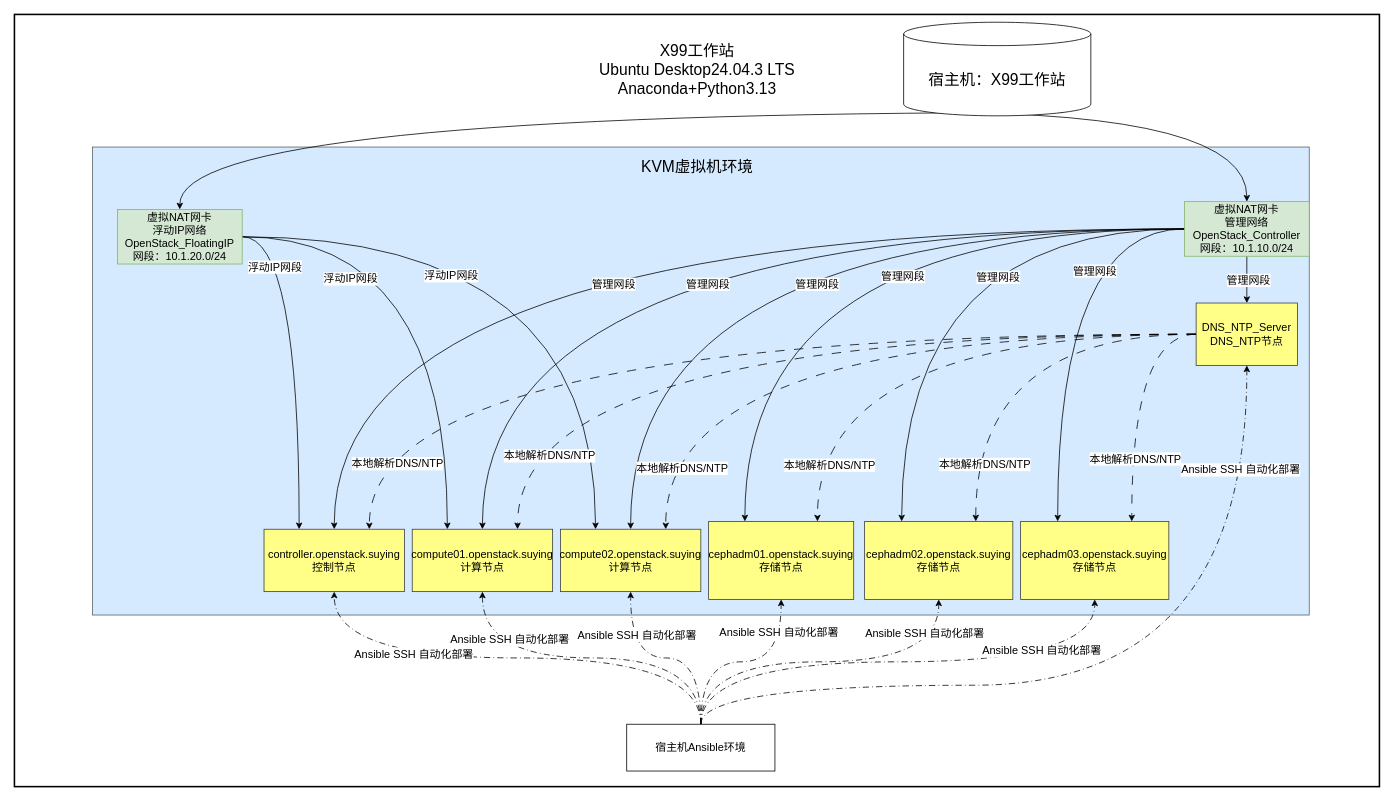
lrAltas/DrwaIO keeps this draw.io diagram as 测试环境部署模型.drawio. Above is the earlier version. Source tidied: cells renumbered, new cells numbered last; positions are measured from the earlier drawing's top-left corner, leaving out a move shared by most shapes. Both pictures are drawn from the tidied source at 78%, with x=0, y=0 at pixel (14, 14).
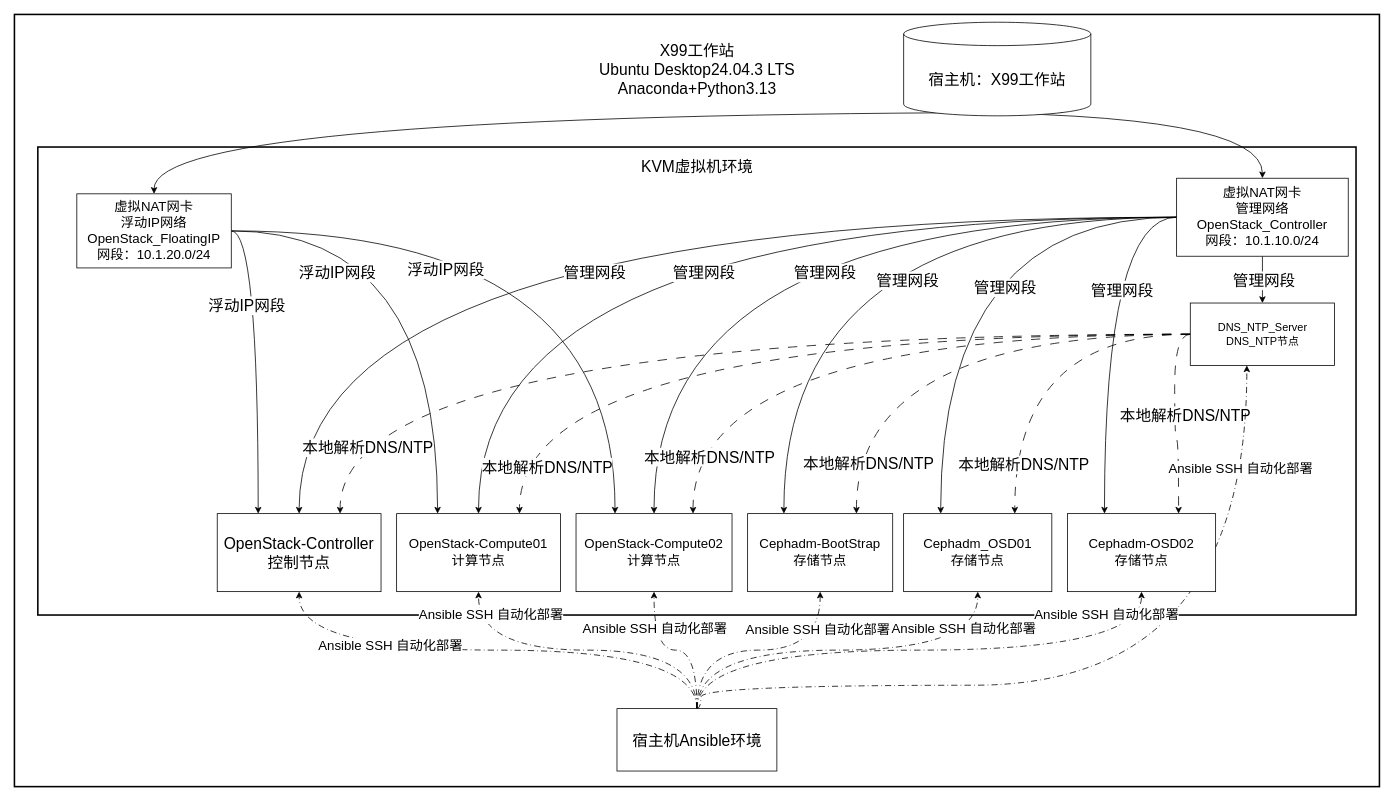
Above is the later version.

Commit message (it also covers changes not shown here):
更新测试环境部署模型.drawio

Unchanged cells that the change refers to:
```xml
<mxCell id="7" style="edgeStyle=orthogonalEdgeStyle;rounded=0;jettySize=auto;html=1;entryX=0.5;entryY=0;entryDx=0;entryDy=0;fontSize=14;" parent="1" edge="1" source="21" target="41">
  <mxGeometry relative="1" as="geometry" />
</mxCell>
<mxCell id="9" style="edgeStyle=orthogonalEdgeStyle;rounded=0;jettySize=auto;html=1;exitX=0;exitY=0.5;exitDx=0;exitDy=0;entryX=0.5;entryY=0;entryDx=0;entryDy=0;curved=1;fontSize=14;" parent="1" edge="1" source="21" target="42">
  <mxGeometry relative="1" as="geometry" />
</mxCell>
<mxCell id="11" style="edgeStyle=orthogonalEdgeStyle;rounded=0;jettySize=auto;html=1;exitX=0;exitY=0.5;exitDx=0;exitDy=0;curved=1;fontSize=14;" parent="1" edge="1" source="21" target="43">
  <mxGeometry relative="1" as="geometry" />
</mxCell>
<mxCell id="13" style="edgeStyle=orthogonalEdgeStyle;rounded=0;jettySize=auto;html=1;exitX=0;exitY=0.5;exitDx=0;exitDy=0;entryX=0.5;entryY=0;entryDx=0;entryDy=0;curved=1;fontSize=14;" parent="1" edge="1" source="21" target="44">
  <mxGeometry relative="1" as="geometry" />
</mxCell>
<mxCell id="15" style="edgeStyle=orthogonalEdgeStyle;rounded=0;jettySize=auto;html=1;exitX=0;exitY=0.5;exitDx=0;exitDy=0;entryX=0.25;entryY=0;entryDx=0;entryDy=0;curved=1;fontSize=14;" parent="1" edge="1" source="21" target="45">
  <mxGeometry relative="1" as="geometry" />
</mxCell>
<mxCell id="17" style="edgeStyle=orthogonalEdgeStyle;rounded=0;jettySize=auto;html=1;exitX=0;exitY=0.5;exitDx=0;exitDy=0;entryX=0.25;entryY=0;entryDx=0;entryDy=0;curved=1;fontSize=14;" parent="1" edge="1" source="21" target="46">
  <mxGeometry relative="1" as="geometry" />
</mxCell>
<mxCell id="19" style="edgeStyle=orthogonalEdgeStyle;rounded=0;jettySize=auto;html=1;exitX=0;exitY=0.5;exitDx=0;exitDy=0;entryX=0.25;entryY=0;entryDx=0;entryDy=0;curved=1;fontSize=14;" parent="1" edge="1" source="21" target="47">
  <mxGeometry relative="1" as="geometry" />
</mxCell>
<mxCell id="22" style="edgeStyle=orthogonalEdgeStyle;rounded=0;jettySize=auto;html=1;exitX=1;exitY=0.5;exitDx=0;exitDy=0;entryX=0.25;entryY=0;entryDx=0;entryDy=0;curved=1;fontSize=14;" parent="1" edge="1" source="28" target="42">
  <mxGeometry relative="1" as="geometry" />
</mxCell>
<mxCell id="24" style="edgeStyle=orthogonalEdgeStyle;rounded=0;jettySize=auto;html=1;exitX=1;exitY=0.5;exitDx=0;exitDy=0;entryX=0.25;entryY=0;entryDx=0;entryDy=0;curved=1;fontSize=14;" parent="1" edge="1" source="28" target="43">
  <mxGeometry relative="1" as="geometry" />
</mxCell>
<mxCell id="26" style="edgeStyle=orthogonalEdgeStyle;rounded=0;jettySize=auto;html=1;exitX=1;exitY=0.5;exitDx=0;exitDy=0;entryX=0.25;entryY=0;entryDx=0;entryDy=0;curved=1;fontSize=14;" parent="1" edge="1" source="28" target="44">
  <mxGeometry relative="1" as="geometry" />
</mxCell>
<mxCell id="29" style="edgeStyle=orthogonalEdgeStyle;rounded=0;jettySize=auto;html=1;exitX=0;exitY=0.5;exitDx=0;exitDy=0;entryX=0.75;entryY=0;entryDx=0;entryDy=0;curved=1;dashed=1;dashPattern=12 12;fontSize=14;" parent="1" edge="1" source="41" target="42">
  <mxGeometry relative="1" as="geometry" />
</mxCell>
<mxCell id="31" style="edgeStyle=orthogonalEdgeStyle;rounded=0;jettySize=auto;html=1;exitX=0;exitY=0.5;exitDx=0;exitDy=0;entryX=0.75;entryY=0;entryDx=0;entryDy=0;curved=1;dashed=1;dashPattern=12 12;fontSize=14;" parent="1" edge="1" source="41" target="43">
  <mxGeometry relative="1" as="geometry" />
</mxCell>
<mxCell id="33" style="edgeStyle=orthogonalEdgeStyle;rounded=0;jettySize=auto;html=1;exitX=0;exitY=0.5;exitDx=0;exitDy=0;entryX=0.75;entryY=0;entryDx=0;entryDy=0;curved=1;dashed=1;dashPattern=12 12;fontSize=14;" parent="1" edge="1" source="41" target="44">
  <mxGeometry relative="1" as="geometry" />
</mxCell>
<mxCell id="35" style="edgeStyle=orthogonalEdgeStyle;rounded=0;jettySize=auto;html=1;exitX=0;exitY=0.5;exitDx=0;exitDy=0;entryX=0.75;entryY=0;entryDx=0;entryDy=0;curved=1;dashed=1;dashPattern=12 12;fontSize=14;" parent="1" edge="1" source="41" target="45">
  <mxGeometry relative="1" as="geometry" />
</mxCell>
<mxCell id="37" style="edgeStyle=orthogonalEdgeStyle;rounded=0;jettySize=auto;html=1;exitX=0;exitY=0.5;exitDx=0;exitDy=0;entryX=0.75;entryY=0;entryDx=0;entryDy=0;curved=1;dashed=1;dashPattern=12 12;fontSize=14;" parent="1" edge="1" source="41" target="46">
  <mxGeometry relative="1" as="geometry" />
</mxCell>
<mxCell id="39" style="edgeStyle=orthogonalEdgeStyle;rounded=0;jettySize=auto;html=1;exitX=0;exitY=0.5;exitDx=0;exitDy=0;entryX=0.75;entryY=0;entryDx=0;entryDy=0;curved=1;dashed=1;dashPattern=12 12;fontSize=14;" parent="1" edge="1" source="41" target="47">
  <mxGeometry relative="1" as="geometry" />
</mxCell>
<mxCell id="48" style="edgeStyle=orthogonalEdgeStyle;rounded=0;jettySize=auto;html=1;exitX=0.5;exitY=0;exitDx=0;exitDy=0;dashed=1;dashPattern=8 4 1 4;curved=1;fontSize=14;" parent="1" edge="1" source="62" target="42">
  <mxGeometry relative="1" as="geometry" />
</mxCell>
<mxCell id="50" style="edgeStyle=orthogonalEdgeStyle;rounded=0;jettySize=auto;html=1;exitX=0.5;exitY=0;exitDx=0;exitDy=0;dashed=1;dashPattern=8 4 1 4;curved=1;fontSize=14;" parent="1" edge="1" source="62" target="43">
  <mxGeometry relative="1" as="geometry" />
</mxCell>
<mxCell id="52" style="edgeStyle=orthogonalEdgeStyle;rounded=0;jettySize=auto;html=1;exitX=0.5;exitY=0;exitDx=0;exitDy=0;dashed=1;dashPattern=8 4 1 4;curved=1;fontSize=14;" parent="1" edge="1" source="62" target="44">
  <mxGeometry relative="1" as="geometry" />
</mxCell>
<mxCell id="54" style="edgeStyle=orthogonalEdgeStyle;rounded=0;jettySize=auto;html=1;exitX=0.5;exitY=0;exitDx=0;exitDy=0;entryX=0.5;entryY=1;entryDx=0;entryDy=0;dashed=1;dashPattern=8 4 1 4;curved=1;fontSize=14;" parent="1" edge="1" source="62" target="45">
  <mxGeometry relative="1" as="geometry" />
</mxCell>
<mxCell id="56" style="edgeStyle=orthogonalEdgeStyle;rounded=0;jettySize=auto;html=1;exitX=0.5;exitY=0;exitDx=0;exitDy=0;dashed=1;dashPattern=8 4 1 4;curved=1;fontSize=14;" parent="1" edge="1" source="62" target="46">
  <mxGeometry relative="1" as="geometry" />
</mxCell>
<mxCell id="58" style="edgeStyle=orthogonalEdgeStyle;rounded=0;jettySize=auto;html=1;exitX=0.5;exitY=0;exitDx=0;exitDy=0;entryX=0.5;entryY=1;entryDx=0;entryDy=0;dashed=1;dashPattern=8 4 1 4;curved=1;fontSize=14;" parent="1" edge="1" source="62" target="47">
  <mxGeometry relative="1" as="geometry" />
</mxCell>
```

Diff of the diagram source:
```diff
@@
-    <mxCell id="3" style="rounded=0;whiteSpace=wrap;html=1;fontSize=14;fillColor=#cce5ff;strokeColor=#36393d;opacity=80;" parent="1" vertex="1">
-      <mxGeometry x="100" y="170" width="1560" height="600" as="geometry" />
+    <mxCell id="3" style="rounded=0;whiteSpace=wrap;html=1;fontSize=14;strokeWidth=2;" parent="1" vertex="1">
+      <mxGeometry x="30" y="170" width="1690" height="600" as="geometry" />
     </mxCell>
@@
-    <mxCell id="8" value="&lt;font style=&quot;font-size: 14px;&quot;&gt;管理网段&lt;/font&gt;" style="edgeLabel;html=1;align=center;verticalAlign=middle;" parent="7" vertex="1">
+    <mxCell id="8" value="&lt;font&gt;管理网段&lt;/font&gt;" style="edgeLabel;html=1;align=center;verticalAlign=middle;fontSize=20;" parent="7" vertex="1">
       <mxGeometry x="0.01" y="1" relative="1" as="geometry" />
     </mxCell>
@@
-    <mxCell id="10" value="管理网段" style="edgeLabel;html=1;align=center;verticalAlign=middle;fontSize=14;" parent="9" vertex="1">
+    <mxCell id="10" value="管理网段" style="edgeLabel;html=1;align=center;verticalAlign=middle;fontSize=20;" parent="9" vertex="1">
       <mxGeometry x="-0.04" y="85" relative="1" as="geometry">
         <mxPoint x="-25" y="-15" as="offset" />
       </mxGeometry>
     </mxCell>
@@
-    <mxCell id="12" value="管理网段" style="edgeLabel;html=1;align=center;verticalAlign=middle;fontSize=14;" parent="11" vertex="1">
+    <mxCell id="12" value="管理网段" style="edgeLabel;html=1;align=center;verticalAlign=middle;fontSize=20;" parent="11" vertex="1">
       <mxGeometry x="-0.06" y="99" relative="1" as="geometry">
         <mxPoint x="-8" y="-29" as="offset" />
       </mxGeometry>
     </mxCell>
@@
-    <mxCell id="14" value="管理网段" style="edgeLabel;html=1;align=center;verticalAlign=middle;fontSize=14;" parent="13" vertex="1">
+    <mxCell id="14" value="管理网段" style="edgeLabel;html=1;align=center;verticalAlign=middle;fontSize=20;" parent="13" vertex="1">
       <mxGeometry x="-0.12" y="107" relative="1" as="geometry">
         <mxPoint x="10" y="-37" as="offset" />
       </mxGeometry>
     </mxCell>
@@
-    <mxCell id="16" value="管理网段" style="edgeLabel;html=1;align=center;verticalAlign=middle;fontSize=14;" parent="15" vertex="1">
+    <mxCell id="16" value="管理网段" style="edgeLabel;html=1;align=center;verticalAlign=middle;fontSize=20;" parent="15" vertex="1">
       <mxGeometry x="-0.19" y="104" relative="1" as="geometry">
-        <mxPoint x="18" y="-44" as="offset" />
+        <mxPoint x="12" y="-24" as="offset" />
       </mxGeometry>
     </mxCell>
@@
-    <mxCell id="18" value="管理网段" style="edgeLabel;html=1;align=center;verticalAlign=middle;fontSize=14;" parent="17" vertex="1">
+    <mxCell id="18" value="管理网段" style="edgeLabel;html=1;align=center;verticalAlign=middle;fontSize=20;" parent="17" vertex="1">
       <mxGeometry x="0.17" y="94" relative="1" as="geometry">
-        <mxPoint x="29" y="-7" as="offset" />
+        <mxPoint x="-12" y="-7" as="offset" />
       </mxGeometry>
     </mxCell>
@@
-    <mxCell id="20" value="管理网段" style="edgeLabel;html=1;align=center;verticalAlign=middle;fontSize=14;" parent="19" vertex="1">
+    <mxCell id="20" value="管理网段" style="edgeLabel;html=1;align=center;verticalAlign=middle;fontSize=20;" parent="19" vertex="1">
       <mxGeometry x="-0.05" y="36" relative="1" as="geometry">
-        <mxPoint x="11" y="-39" as="offset" />
+        <mxPoint x="-14" y="-39" as="offset" />
       </mxGeometry>
     </mxCell>
-    <mxCell id="21" value="&lt;div&gt;虚拟NAT网卡&lt;/div&gt;&lt;div&gt;管理网络OpenStack_Controller&lt;/div&gt;&lt;div&gt;网段：10.1.10.0/24&lt;/div&gt;" style="rounded=0;whiteSpace=wrap;html=1;fillColor=#d5e8d4;strokeColor=#82b366;fontSize=14;" parent="1" vertex="1">
-      <mxGeometry x="1500" y="240" width="160" height="70" as="geometry" />
+    <mxCell id="21" value="&lt;div&gt;&lt;font style=&quot;font-size: 17px;&quot;&gt;虚拟NAT网卡&lt;/font&gt;&lt;/div&gt;&lt;div&gt;&lt;font style=&quot;font-size: 17px;&quot;&gt;管理网络OpenStack_Controller&lt;/font&gt;&lt;/div&gt;&lt;div&gt;&lt;font style=&quot;font-size: 17px;&quot;&gt;网段：10.1.10.0/24&lt;/font&gt;&lt;/div&gt;" style="rounded=0;whiteSpace=wrap;html=1;fontSize=14;" parent="1" vertex="1">
+      <mxGeometry x="1490" y="210" width="220" height="100" as="geometry" />
     </mxCell>
@@
-    <mxCell id="23" value="浮动IP网段" style="edgeLabel;html=1;align=center;verticalAlign=middle;fontSize=14;" parent="22" vertex="1">
+    <mxCell id="23" value="浮动IP网段" style="edgeLabel;html=1;align=center;verticalAlign=middle;fontSize=20;" parent="22" vertex="1">
       <mxGeometry x="-0.51" y="-32" relative="1" as="geometry">
-        <mxPoint y="1" as="offset" />
+        <mxPoint x="17" y="32" as="offset" />
       </mxGeometry>
     </mxCell>
@@
-    <mxCell id="25" value="浮动IP网段" style="edgeLabel;html=1;align=center;verticalAlign=middle;fontSize=14;" parent="24" vertex="1">
+    <mxCell id="25" value="浮动IP网段" style="edgeLabel;html=1;align=center;verticalAlign=middle;fontSize=20;" parent="24" vertex="1">
       <mxGeometry x="-0.6" y="-53" relative="1" as="geometry">
         <mxPoint x="10" as="offset" />
       </mxGeometry>
     </mxCell>
@@
-    <mxCell id="27" value="浮动IP网段" style="edgeLabel;html=1;align=center;verticalAlign=middle;fontSize=14;" parent="26" vertex="1">
+    <mxCell id="27" value="浮动IP网段" style="edgeLabel;html=1;align=center;verticalAlign=middle;fontSize=20;" parent="26" vertex="1">
       <mxGeometry x="-0.46" y="-49" relative="1" as="geometry">
         <mxPoint x="43" as="offset" />
       </mxGeometry>
     </mxCell>
-    <mxCell id="28" value="&lt;div&gt;虚拟NAT网卡&lt;/div&gt;&lt;div&gt;浮动IP网络&lt;/div&gt;&lt;div&gt;OpenStack_FloatingIP&lt;/div&gt;&lt;div&gt;网段：10.1.20.0/24&lt;/div&gt;" style="rounded=0;whiteSpace=wrap;html=1;fillColor=#d5e8d4;strokeColor=#82b366;fontSize=14;" parent="1" vertex="1">
-      <mxGeometry x="132" y="250" width="160" height="70" as="geometry" />
+    <mxCell id="28" value="&lt;div&gt;&lt;font style=&quot;font-size: 17px;&quot;&gt;虚拟NAT网卡&lt;/font&gt;&lt;/div&gt;&lt;div&gt;&lt;font style=&quot;font-size: 17px;&quot;&gt;浮动IP网络&lt;/font&gt;&lt;/div&gt;&lt;div&gt;&lt;font style=&quot;font-size: 17px;&quot;&gt;OpenStack_FloatingIP&lt;/font&gt;&lt;/div&gt;&lt;div&gt;&lt;font style=&quot;font-size: 17px;&quot;&gt;网段：10.1.20.0/24&lt;/font&gt;&lt;/div&gt;" style="rounded=0;whiteSpace=wrap;html=1;fontSize=14;" parent="1" vertex="1">
+      <mxGeometry x="80" y="230" width="198" height="95" as="geometry" />
     </mxCell>
@@
-    <mxCell id="30" value="本地解析DNS/NTP" style="edgeLabel;html=1;align=center;verticalAlign=middle;fontSize=14;" parent="29" vertex="1">
+    <mxCell id="30" value="本地解析DNS/NTP" style="edgeLabel;html=1;align=center;verticalAlign=middle;fontSize=20;" parent="29" vertex="1">
       <mxGeometry x="0.87" y="35" relative="1" as="geometry" />
     </mxCell>
@@
-    <mxCell id="32" value="本地解析DNS/NTP" style="edgeLabel;html=1;align=center;verticalAlign=middle;fontSize=14;" parent="31" vertex="1">
-      <mxGeometry x="0.83" y="40" relative="1" as="geometry" />
+    <mxCell id="32" value="本地解析DNS/NTP" style="edgeLabel;html=1;align=center;verticalAlign=middle;fontSize=20;" parent="31" vertex="1">
+      <mxGeometry x="0.83" y="40" relative="1" as="geometry">
+        <mxPoint x="-5" y="32" as="offset" />
+      </mxGeometry>
     </mxCell>
@@
-    <mxCell id="34" value="本地解析DNS/NTP" style="edgeLabel;html=1;align=center;verticalAlign=middle;fontSize=14;" parent="33" vertex="1">
+    <mxCell id="34" value="本地解析DNS/NTP" style="edgeLabel;html=1;align=center;verticalAlign=middle;fontSize=20;" parent="33" vertex="1">
       <mxGeometry x="0.83" y="20" relative="1" as="geometry" />
     </mxCell>
@@
-    <mxCell id="36" value="本地解析DNS/NTP" style="edgeLabel;html=1;align=center;verticalAlign=middle;fontSize=14;" parent="35" vertex="1">
+    <mxCell id="36" value="本地解析DNS/NTP" style="edgeLabel;html=1;align=center;verticalAlign=middle;fontSize=20;" parent="35" vertex="1">
       <mxGeometry x="0.8" y="15" relative="1" as="geometry" />
     </mxCell>
@@
-    <mxCell id="38" value="本地解析DNS/NTP" style="edgeLabel;html=1;align=center;verticalAlign=middle;fontSize=14;" parent="37" vertex="1">
+    <mxCell id="38" value="本地解析DNS/NTP" style="edgeLabel;html=1;align=center;verticalAlign=middle;fontSize=20;" parent="37" vertex="1">
       <mxGeometry x="0.72" y="11" relative="1" as="geometry" />
     </mxCell>
@@
-    <mxCell id="40" value="本地解析DNS/NTP" style="edgeLabel;html=1;align=center;verticalAlign=middle;fontSize=14;" parent="39" vertex="1">
-      <mxGeometry x="0.5" y="4" relative="1" as="geometry" />
+    <mxCell id="40" value="本地解析DNS/NTP" style="edgeLabel;html=1;align=center;verticalAlign=middle;fontSize=20;" parent="39" vertex="1">
+      <mxGeometry x="0.5" y="4" relative="1" as="geometry">
+        <mxPoint x="4" y="-63" as="offset" />
+      </mxGeometry>
     </mxCell>
-    <mxCell id="41" value="&lt;div&gt;DNS_NTP_Server&lt;/div&gt;DNS_NTP节点" style="whiteSpace=wrap;html=1;rounded=0;fillColor=#ffff88;strokeColor=#36393d;fontSize=14;" parent="1" vertex="1">
-      <mxGeometry x="1515" y="370" width="130" height="80" as="geometry" />
+    <mxCell id="41" value="&lt;div&gt;DNS_NTP_Server&lt;/div&gt;DNS_NTP节点" style="whiteSpace=wrap;html=1;rounded=0;fontSize=14;" parent="1" vertex="1">
+      <mxGeometry x="1507.5" y="370" width="185" height="80" as="geometry" />
     </mxCell>
-    <mxCell id="42" value="&lt;div&gt;controller.openstack.suying&lt;/div&gt;&lt;div&gt;控制节点&lt;/div&gt;" style="rounded=0;whiteSpace=wrap;html=1;fillColor=#ffff88;strokeColor=#36393d;fontSize=14;" parent="1" vertex="1">
-      <mxGeometry x="320" y="660" width="180" height="80" as="geometry" />
+    <mxCell id="42" value="&lt;div&gt;OpenStack-Controller&lt;/div&gt;&lt;div&gt;&lt;font&gt;控制节点&lt;/font&gt;&lt;/div&gt;" style="rounded=0;whiteSpace=wrap;html=1;fontSize=20;" parent="1" vertex="1">
+      <mxGeometry x="260" y="640" width="210" height="100" as="geometry" />
     </mxCell>
-    <mxCell id="43" value="&lt;div&gt;compute01.openstack.suying&lt;/div&gt;计算节点" style="rounded=0;whiteSpace=wrap;html=1;fillColor=#ffff88;strokeColor=#36393d;fontSize=14;" parent="1" vertex="1">
-      <mxGeometry x="510" y="660" width="180" height="80" as="geometry" />
+    <mxCell id="43" value="&lt;div&gt;OpenStack-Compute01&lt;/div&gt;&lt;font&gt;计算节点&lt;/font&gt;" style="rounded=0;whiteSpace=wrap;html=1;fontSize=17;" parent="1" vertex="1">
+      <mxGeometry x="490" y="640" width="210" height="100" as="geometry" />
     </mxCell>
-    <mxCell id="44" value="&lt;div&gt;compute02.openstack.suying&lt;/div&gt;计算节点" style="rounded=0;whiteSpace=wrap;html=1;fillColor=#ffff88;strokeColor=#36393d;fontSize=14;" parent="1" vertex="1">
-      <mxGeometry x="700" y="660" width="180" height="80" as="geometry" />
+    <mxCell id="44" value="&lt;div&gt;OpenStack-Compute02&lt;/div&gt;&lt;font&gt;计算节点&lt;/font&gt;" style="rounded=0;whiteSpace=wrap;html=1;fontSize=17;" parent="1" vertex="1">
+      <mxGeometry x="720" y="640" width="200" height="100" as="geometry" />
     </mxCell>
-    <mxCell id="45" value="&lt;div&gt;cephadm01.openstack.suying&lt;/div&gt;存储节点" style="rounded=0;whiteSpace=wrap;html=1;fillColor=#ffff88;strokeColor=#36393d;fontSize=14;" parent="1" vertex="1">
-      <mxGeometry x="890" y="650" width="186" height="100" as="geometry" />
+    <mxCell id="45" value="&lt;div&gt;Cephadm-BootStrap&lt;/div&gt;&lt;div&gt;存储节点&lt;/div&gt;" style="rounded=0;whiteSpace=wrap;html=1;fontSize=17;" parent="1" vertex="1">
+      <mxGeometry x="940" y="640" width="186" height="100" as="geometry" />
     </mxCell>
-    <mxCell id="46" value="&lt;div&gt;cephadm02.openstack.suying&lt;/div&gt;存储节点" style="rounded=0;whiteSpace=wrap;html=1;fillColor=#ffff88;strokeColor=#36393d;fontSize=14;" parent="1" vertex="1">
-      <mxGeometry x="1090" y="650" width="190" height="100" as="geometry" />
+    <mxCell id="46" value="&lt;div&gt;Cephadm_OSD01&lt;/div&gt;存储节点" style="rounded=0;whiteSpace=wrap;html=1;fontSize=17;" parent="1" vertex="1">
+      <mxGeometry x="1140" y="640" width="190" height="100" as="geometry" />
     </mxCell>
-    <mxCell id="47" value="&lt;div&gt;cephadm03.openstack.suying&lt;/div&gt;存储节点" style="rounded=0;whiteSpace=wrap;html=1;fillColor=#ffff88;strokeColor=#36393d;fontSize=14;" parent="1" vertex="1">
-      <mxGeometry x="1290" y="650" width="190" height="100" as="geometry" />
-    </mxCell>
@@
-    <mxCell id="49" value="Ansible SSH 自动化部署" style="edgeLabel;html=1;align=center;verticalAlign=middle;fontSize=14;" parent="48" vertex="1">
+    <mxCell id="49" value="Ansible SSH 自动化部署" style="edgeLabel;html=1;align=center;verticalAlign=middle;fontSize=17;" parent="48" vertex="1">
       <mxGeometry x="0.42" y="-6" relative="1" as="geometry" />
     </mxCell>
@@
-    <mxCell id="51" value="Ansible SSH 自动化部署" style="edgeLabel;html=1;align=center;verticalAlign=middle;fontSize=14;" parent="50" vertex="1">
-      <mxGeometry x="0.47" y="-24" relative="1" as="geometry" />
+    <mxCell id="51" value="Ansible SSH 自动化部署" style="edgeLabel;html=1;align=center;verticalAlign=middle;fontSize=17;" parent="50" vertex="1">
+      <mxGeometry x="0.47" y="-24" relative="1" as="geometry">
+        <mxPoint x="-24" y="-21" as="offset" />
+      </mxGeometry>
     </mxCell>
@@
-    <mxCell id="53" value="Ansible SSH 自动化部署" style="edgeLabel;html=1;align=center;verticalAlign=middle;fontSize=14;" parent="52" vertex="1">
-      <mxGeometry x="0.58" y="-7" relative="1" as="geometry" />
+    <mxCell id="53" value="Ansible SSH 自动化部署" style="edgeLabel;html=1;align=center;verticalAlign=middle;fontSize=17;" parent="52" vertex="1">
+      <mxGeometry x="0.58" y="-7" relative="1" as="geometry">
+        <mxPoint x="-7" y="5" as="offset" />
+      </mxGeometry>
     </mxCell>
+    <mxCell id="60" style="edgeStyle=orthogonalEdgeStyle;rounded=0;jettySize=auto;html=1;exitX=0.5;exitY=0;exitDx=0;exitDy=0;dashed=1;dashPattern=8 4 1 4;curved=1;fontSize=14;" parent="1" edge="1" source="62" target="41">
+      <mxGeometry relative="1" as="geometry">
+        <Array as="points">
+          <mxPoint x="880" y="860" />
+          <mxPoint x="1580" y="860" />
+        </Array>
+      </mxGeometry>
+    </mxCell>
+    <mxCell id="61" value="Ansible SSH 自动化部署" style="edgeLabel;html=1;align=center;verticalAlign=middle;fontSize=17;" parent="60" vertex="1">
+      <mxGeometry x="0.77" y="9" relative="1" as="geometry" />
+    </mxCell>
@@
-    <mxCell id="55" value="Ansible SSH 自动化部署" style="edgeLabel;html=1;align=center;verticalAlign=middle;fontSize=14;" parent="54" vertex="1">
+    <mxCell id="55" value="Ansible SSH 自动化部署" style="edgeLabel;html=1;align=center;verticalAlign=middle;fontSize=17;" parent="54" vertex="1">
       <mxGeometry x="0.68" y="4" relative="1" as="geometry" />
     </mxCell>
@@
-    <mxCell id="57" value="Ansible SSH 自动化部署" style="edgeLabel;html=1;align=center;verticalAlign=middle;fontSize=14;" parent="56" vertex="1">
+    <mxCell id="57" value="Ansible SSH 自动化部署" style="edgeLabel;html=1;align=center;verticalAlign=middle;fontSize=17;" parent="56" vertex="1">
       <mxGeometry x="0.82" y="19" relative="1" as="geometry">
         <mxPoint y="1" as="offset" />
       </mxGeometry>
     </mxCell>
@@
-    <mxCell id="59" value="Ansible SSH 自动化部署" style="edgeLabel;html=1;align=center;verticalAlign=middle;fontSize=14;" parent="58" vertex="1">
+    <mxCell id="59" value="Ansible SSH 自动化部署" style="edgeLabel;html=1;align=center;verticalAlign=middle;fontSize=17;" parent="58" vertex="1">
       <mxGeometry x="0.55" y="15" relative="1" as="geometry">
-        <mxPoint x="1" as="offset" />
+        <mxPoint x="41" y="-30" as="offset" />
       </mxGeometry>
     </mxCell>
-    <mxCell id="60" style="edgeStyle=orthogonalEdgeStyle;rounded=0;jettySize=auto;html=1;exitX=0.5;exitY=0;exitDx=0;exitDy=0;dashed=1;dashPattern=8 4 1 4;curved=1;fontSize=14;" parent="1" edge="1" source="62" target="41">
-      <mxGeometry relative="1" as="geometry">
-        <Array as="points">
-          <mxPoint x="880" y="860" />
-          <mxPoint x="1580" y="860" />
-        </Array>
-      </mxGeometry>
-    </mxCell>
-    <mxCell id="61" value="Ansible SSH 自动化部署" style="edgeLabel;html=1;align=center;verticalAlign=middle;fontSize=14;" parent="60" vertex="1">
-      <mxGeometry x="0.77" y="9" relative="1" as="geometry" />
-    </mxCell>
-    <mxCell id="62" value="宿主机Ansible环境" style="whiteSpace=wrap;html=1;fontSize=14;" parent="1" vertex="1">
-      <mxGeometry x="785" y="910" width="190" height="60" as="geometry" />
+    <mxCell id="62" value="&lt;font style=&quot;font-size: 20px;&quot;&gt;宿主机Ansible环境&lt;/font&gt;" style="whiteSpace=wrap;html=1;fontSize=14;" parent="1" vertex="1">
+      <mxGeometry x="772.5" y="890" width="205" height="80" as="geometry" />
     </mxCell>
@@
+    <mxCell id="47" value="&lt;div&gt;Cephadm-OSD02&lt;/div&gt;存储节点" style="rounded=0;whiteSpace=wrap;html=1;fontSize=17;" parent="1" vertex="1">
+      <mxGeometry x="1350" y="640" width="190" height="100" as="geometry" />
+    </mxCell>
```
